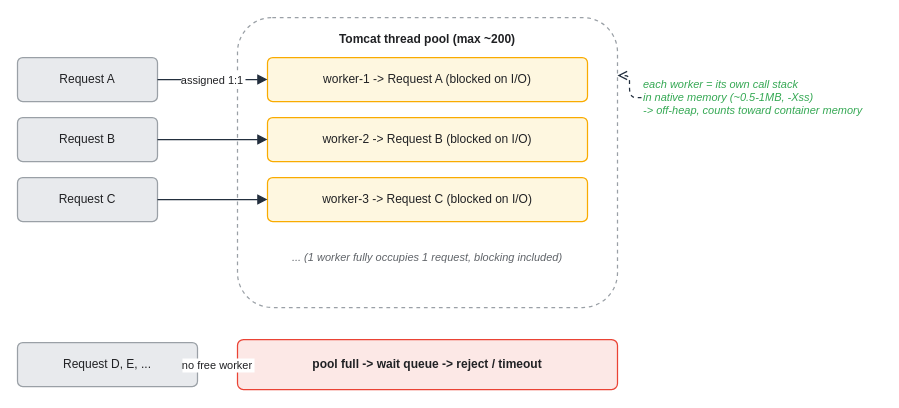
Above: assets/img/spring/spring-06-thread-per-request.drawio in KKamJi98/kkamji98.github.io (draw.io), before the change. Source tidied: cells renumbered, new cells numbered last; positions are measured from the earlier drawing's top-left corner, leaving out a move shared by most shapes. Both pictures are drawn from the tidied source at 100%, with x=0, y=0 at pixel (17, 17).
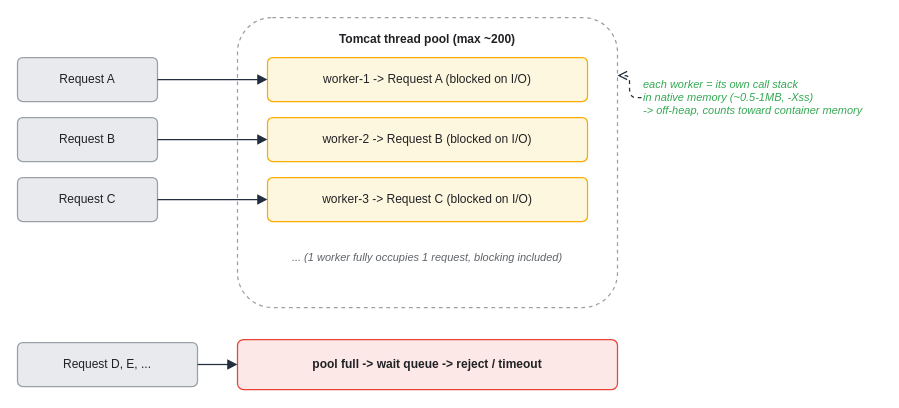
The same page after the edit.

What changed in the source:
```diff
@@
 <mxGraphModel background="#FFFFFF">
   <root>
     <mxCell id="0" />
     <mxCell id="1" parent="0" />
     <mxCell id="2" value="Tomcat thread pool (max ~200)" style="rounded=1;whiteSpace=wrap;html=0;arcSize=12;shadow=0;fillColor=#FFFFFF;strokeColor=#9AA0A6;fontColor=#202124;fontStyle=1;verticalAlign=top;align=center;dashed=1;spacingTop=8;strokeWidth=1.25;" parent="1" vertex="1">
       <mxGeometry x="220" width="380" height="290" as="geometry" />
     </mxCell>
     <mxCell id="3" value="Request A" style="rounded=1;whiteSpace=wrap;html=0;arcSize=12;shadow=0;fillColor=#E8EAED;strokeColor=#9AA0A6;fontColor=#202124;strokeWidth=1.25;" parent="1" vertex="1">
       <mxGeometry y="40" width="140" height="44" as="geometry" />
     </mxCell>
     <mxCell id="4" value="Request B" style="rounded=1;whiteSpace=wrap;html=0;arcSize=12;shadow=0;fillColor=#E8EAED;strokeColor=#9AA0A6;fontColor=#202124;strokeWidth=1.25;" parent="1" vertex="1">
       <mxGeometry y="100" width="140" height="44" as="geometry" />
     </mxCell>
     <mxCell id="5" value="Request C" style="rounded=1;whiteSpace=wrap;html=0;arcSize=12;shadow=0;fillColor=#E8EAED;strokeColor=#9AA0A6;fontColor=#202124;strokeWidth=1.25;" parent="1" vertex="1">
       <mxGeometry y="160" width="140" height="44" as="geometry" />
     </mxCell>
     <mxCell id="6" value="Request D, E, ..." style="rounded=1;whiteSpace=wrap;html=0;arcSize=12;shadow=0;fillColor=#E8EAED;strokeColor=#9AA0A6;fontColor=#202124;strokeWidth=1.25;" parent="1" vertex="1">
       <mxGeometry y="325" width="180" height="44" as="geometry" />
     </mxCell>
     <mxCell id="7" value="worker-1  -&gt;  Request A  (blocked on I/O)" style="rounded=1;whiteSpace=wrap;html=0;arcSize=12;shadow=0;fillColor=#FEF7E0;strokeColor=#F9AB00;fontColor=#202124;strokeWidth=1.25;" parent="1" vertex="1">
       <mxGeometry x="250" y="40" width="320" height="44" as="geometry" />
     </mxCell>
     <mxCell id="8" value="worker-2  -&gt;  Request B  (blocked on I/O)" style="rounded=1;whiteSpace=wrap;html=0;arcSize=12;shadow=0;fillColor=#FEF7E0;strokeColor=#F9AB00;fontColor=#202124;strokeWidth=1.25;" parent="1" vertex="1">
       <mxGeometry x="250" y="100" width="320" height="44" as="geometry" />
     </mxCell>
     <mxCell id="9" value="worker-3  -&gt;  Request C  (blocked on I/O)" style="rounded=1;whiteSpace=wrap;html=0;arcSize=12;shadow=0;fillColor=#FEF7E0;strokeColor=#F9AB00;fontColor=#202124;strokeWidth=1.25;" parent="1" vertex="1">
       <mxGeometry x="250" y="160" width="320" height="44" as="geometry" />
     </mxCell>
     <mxCell id="10" value="...  (1 worker fully occupies 1 request, blocking included)" style="text;html=0;align=center;verticalAlign=middle;whiteSpace=wrap;fontSize=11;fontColor=#5F6368;fontStyle=2;" parent="1" vertex="1">
       <mxGeometry x="250" y="220" width="320" height="40" as="geometry" />
     </mxCell>
     <mxCell id="11" value="pool full -&gt; wait queue -&gt; reject / timeout" style="rounded=1;whiteSpace=wrap;html=0;arcSize=12;shadow=0;fillColor=#FCE8E6;strokeColor=#EA4335;fontColor=#202124;fontStyle=1;strokeWidth=1.25;" parent="1" vertex="1">
       <mxGeometry x="220" y="322" width="380" height="50" as="geometry" />
     </mxCell>
     <mxCell id="12" value="each worker = its own call stack&#10;in native memory (~0.5-1MB, -Xss)&#10;-&gt; off-heap, counts toward container memory" style="text;html=0;align=left;verticalAlign=middle;whiteSpace=wrap;fontSize=11;fontColor=#34A853;fontStyle=2;" parent="1" vertex="1">
       <mxGeometry x="624" y="40" width="240" height="80" as="geometry" />
     </mxCell>
-    <mxCell id="13" value="assigned 1:1" style="edgeStyle=orthogonalEdgeStyle;rounded=1;html=0;fontColor=#202124;strokeColor=#232F3E;labelBackgroundColor=#FFFFFF;endArrow=block;exitX=1;exitY=0.5;exitDx=0;exitDy=0;entryX=0;entryY=0.5;entryDx=0;entryDy=0;strokeWidth=1.25;endSize=7;" parent="1" edge="1" source="3" target="7">
+    <mxCell id="13" style="edgeStyle=orthogonalEdgeStyle;rounded=1;html=0;fontColor=#202124;strokeColor=#232F3E;labelBackgroundColor=none;endArrow=block;exitX=1;exitY=0.5;exitDx=0;exitDy=0;entryX=0;entryY=0.5;entryDx=0;entryDy=0;strokeWidth=1.25;endSize=7;" parent="1" edge="1" source="3" target="7">
       <mxGeometry relative="1" as="geometry" />
     </mxCell>
     <mxCell id="14" style="edgeStyle=orthogonalEdgeStyle;rounded=1;html=0;fontColor=#202124;strokeColor=#232F3E;labelBackgroundColor=none;endArrow=block;exitX=1;exitY=0.5;exitDx=0;exitDy=0;entryX=0;entryY=0.5;entryDx=0;entryDy=0;strokeWidth=1.25;endSize=7;" parent="1" edge="1" source="4" target="8">
       <mxGeometry relative="1" as="geometry" />
     </mxCell>
     <mxCell id="15" style="edgeStyle=orthogonalEdgeStyle;rounded=1;html=0;fontColor=#202124;strokeColor=#232F3E;labelBackgroundColor=none;endArrow=block;exitX=1;exitY=0.5;exitDx=0;exitDy=0;entryX=0;entryY=0.5;entryDx=0;entryDy=0;strokeWidth=1.25;endSize=7;" parent="1" edge="1" source="5" target="9">
       <mxGeometry relative="1" as="geometry" />
     </mxCell>
-    <mxCell id="16" value="no free worker" style="edgeStyle=orthogonalEdgeStyle;rounded=1;html=0;fontColor=#202124;strokeColor=#232F3E;labelBackgroundColor=#FFFFFF;endArrow=block;exitX=1;exitY=0.5;exitDx=0;exitDy=0;entryX=0;entryY=0.5;entryDx=0;entryDy=0;strokeWidth=1.25;endSize=7;" parent="1" edge="1" source="6" target="11">
+    <mxCell id="16" style="edgeStyle=orthogonalEdgeStyle;rounded=1;html=0;fontColor=#202124;strokeColor=#232F3E;labelBackgroundColor=none;endArrow=block;exitX=1;exitY=0.5;exitDx=0;exitDy=0;entryX=0;entryY=0.5;entryDx=0;entryDy=0;strokeWidth=1.25;endSize=7;" parent="1" edge="1" source="6" target="11">
       <mxGeometry relative="1" as="geometry" />
     </mxCell>
     <mxCell id="17" style="edgeStyle=orthogonalEdgeStyle;rounded=1;html=0;dashed=1;strokeColor=#232F3E;fontColor=#202124;labelBackgroundColor=none;endArrow=open;endSize=7;exitX=0;exitY=0.5;exitDx=0;exitDy=0;entryX=1;entryY=0.2;entryDx=0;entryDy=0;strokeWidth=1.25;" parent="1" edge="1" source="12" target="2">
       <mxGeometry relative="1" as="geometry" />
     </mxCell>
   </root>
 </mxGraphModel>
```
